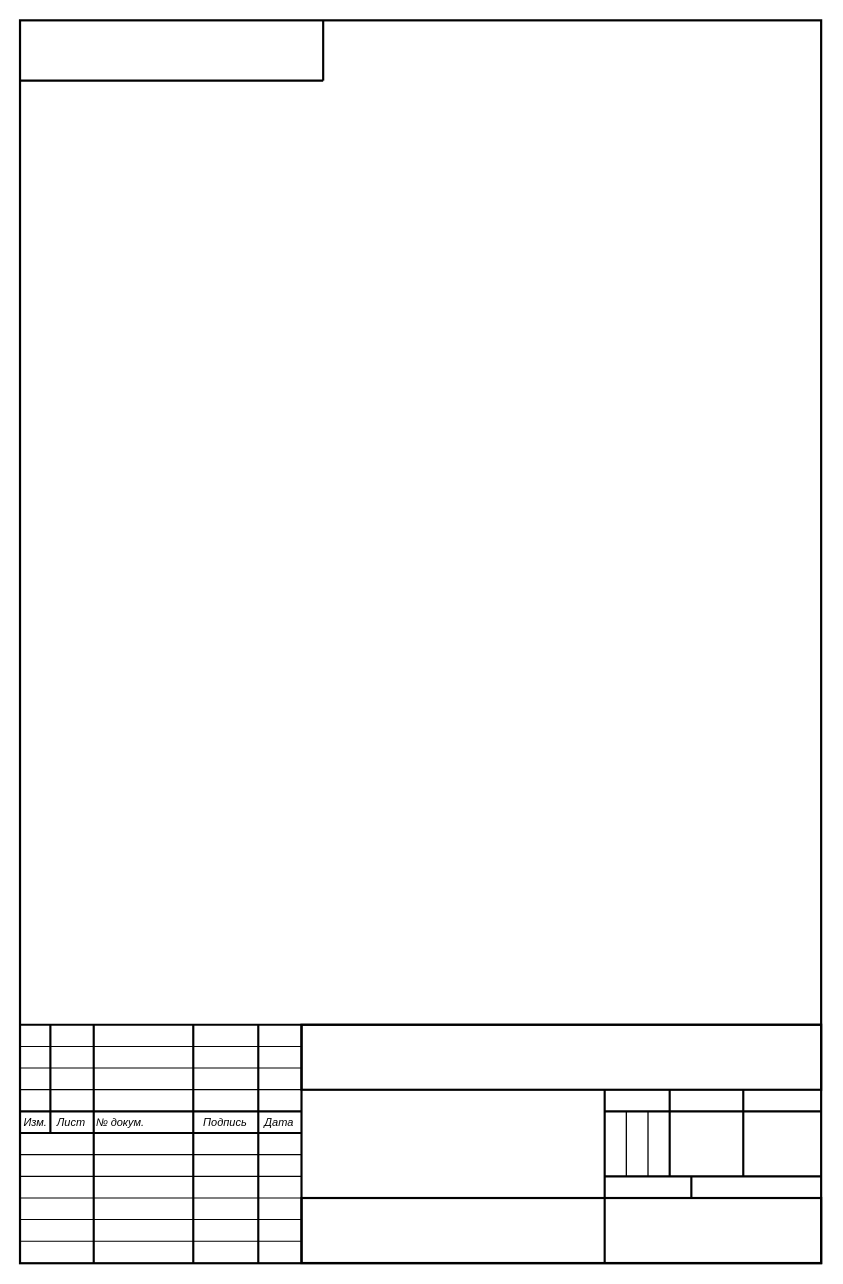
Earlier version of the draw.io diagram A4frame.drawio (flea3/draw). Source tidied: cells renumbered, new cells numbered last; positions are measured from the earlier drawing's top-left corner, leaving out a move shared by most shapes. Both pictures are drawn from the tidied source at 110%, with x=0, y=0 at pixel (20, 20).
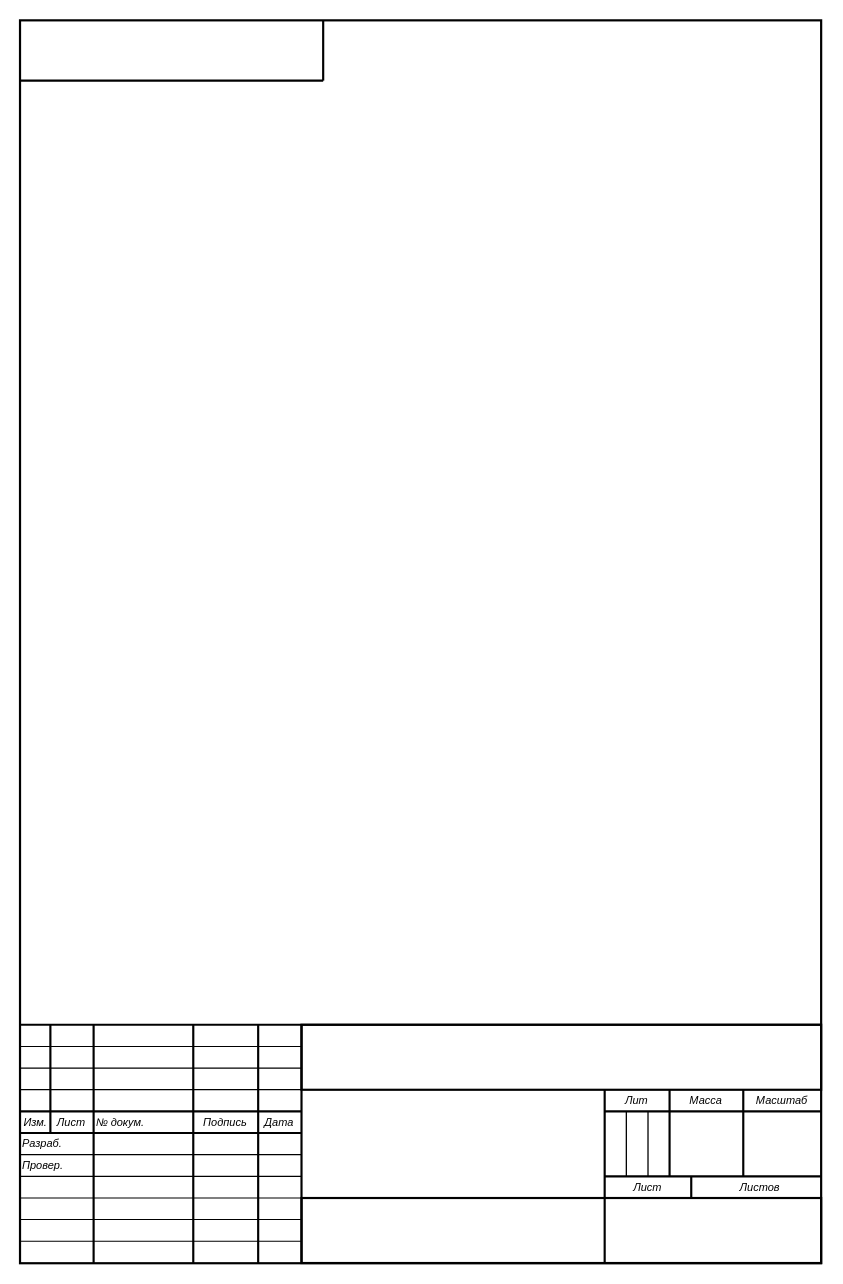
The same page after the edit.

Commit message:
Готовая рамка

Diff of the diagram source:
```diff
@@
+    <mxCell id="36" style="group;" parent="1" vertex="1">
+      <mxGeometry x="-0.3" y="-0.3" width="728.3" height="1130.2" as="geometry" />
+    </mxCell>
-    <mxCell id="2" style="rounded=0;whiteSpace=wrap;html=1;fillColor=none;strokeWidth=2;" parent="1" vertex="1">
-      <mxGeometry x="-0.3" width="728.3" height="1129.9" as="geometry" />
+    <mxCell id="2" style="rounded=0;whiteSpace=wrap;html=1;fillColor=none;strokeWidth=2;" parent="36" vertex="1">
+      <mxGeometry y="0.3" width="728.3" height="1129.9" as="geometry" />
     </mxCell>
-    <mxCell id="3" style="endArrow=none;html=1;rounded=0;strokeWidth=1.9685;endSize=5.9055;" parent="1" edge="1">
+    <mxCell id="3" style="endArrow=none;html=1;rounded=0;strokeWidth=1.9685;endSize=5.9055;" parent="36" edge="1">
       <mxGeometry relative="1" as="geometry">
-        <mxPoint x="-0.3" y="913.1" as="sourcePoint" />
-        <mxPoint x="728.1" y="913.1" as="targetPoint" />
+        <mxPoint y="913.4" as="sourcePoint" />
+        <mxPoint x="728.3" y="913.4" as="targetPoint" />
       </mxGeometry>
     </mxCell>
-    <mxCell id="4" style="endArrow=none;html=1;rounded=0;strokeWidth=1.9685;" parent="1" edge="1">
+    <mxCell id="4" style="endArrow=none;html=1;rounded=0;strokeWidth=1.9685;" parent="36" edge="1">
       <mxGeometry relative="1" as="geometry">
-        <mxPoint x="255.6" y="913.1" as="sourcePoint" />
-        <mxPoint x="255.6" y="1129.6" as="targetPoint" />
+        <mxPoint x="255.9" y="913.4" as="sourcePoint" />
+        <mxPoint x="255.9" y="1129.9" as="targetPoint" />
       </mxGeometry>
     </mxCell>
-    <mxCell id="5" style="rounded=0;whiteSpace=wrap;html=1;strokeWidth=1.9685;fillColor=none;" parent="1" vertex="1">
-      <mxGeometry x="255.6" y="913.1" width="472.4" height="59.1" as="geometry" />
+    <mxCell id="5" style="rounded=0;whiteSpace=wrap;html=1;strokeWidth=1.9685;fillColor=none;" parent="36" vertex="1">
+      <mxGeometry x="255.9" y="913.4" width="472.4" height="59.1" as="geometry" />
     </mxCell>
-    <mxCell id="6" style="rounded=0;whiteSpace=wrap;html=1;fillColor=none;strokeWidth=1.9685;" parent="1" vertex="1">
-      <mxGeometry x="255.6" y="1070.6" width="472.4" height="59.1" as="geometry" />
+    <mxCell id="6" style="rounded=0;whiteSpace=wrap;html=1;fillColor=none;strokeWidth=1.9685;" parent="36" vertex="1">
+      <mxGeometry x="255.9" y="1070.9" width="472.4" height="59.1" as="geometry" />
     </mxCell>
-    <mxCell id="7" style="endArrow=none;html=1;rounded=0;" parent="1" edge="1">
+    <mxCell id="7" style="endArrow=none;html=1;rounded=0;" parent="36" edge="1">
       <mxGeometry relative="1" as="geometry">
-        <mxPoint x="-0.3" y="932.8" as="sourcePoint" />
-        <mxPoint x="255.6" y="932.8" as="targetPoint" />
+        <mxPoint y="933.1" as="sourcePoint" />
+        <mxPoint x="255.9" y="933.1" as="targetPoint" />
       </mxGeometry>
     </mxCell>
-    <mxCell id="8" style="endArrow=none;html=1;rounded=0;" parent="1" edge="1">
+    <mxCell id="8" style="endArrow=none;html=1;rounded=0;" parent="36" edge="1">
       <mxGeometry relative="1" as="geometry">
-        <mxPoint x="-0.3" y="952.4" as="sourcePoint" />
-        <mxPoint x="255.6" y="952.4" as="targetPoint" />
+        <mxPoint y="952.8" as="sourcePoint" />
+        <mxPoint x="255.9" y="952.8" as="targetPoint" />
       </mxGeometry>
     </mxCell>
-    <mxCell id="9" style="endArrow=none;html=1;rounded=0;" parent="1" edge="1">
+    <mxCell id="9" style="endArrow=none;html=1;rounded=0;" parent="36" edge="1">
       <mxGeometry relative="1" as="geometry">
-        <mxPoint x="-0.3" y="972.1" as="sourcePoint" />
-        <mxPoint x="255.6" y="972.1" as="targetPoint" />
+        <mxPoint y="972.4" as="sourcePoint" />
+        <mxPoint x="255.9" y="972.4" as="targetPoint" />
       </mxGeometry>
     </mxCell>
-    <mxCell id="10" style="endArrow=none;html=1;rounded=0;strokeWidth=1.9685;endSize=5.9055;" parent="1" edge="1">
+    <mxCell id="10" style="endArrow=none;html=1;rounded=0;strokeWidth=1.9685;endSize=5.9055;" parent="36" edge="1">
       <mxGeometry relative="1" as="geometry">
-        <mxPoint x="-0.3" y="991.8" as="sourcePoint" />
-        <mxPoint x="255.6" y="991.8" as="targetPoint" />
+        <mxPoint y="992.1" as="sourcePoint" />
+        <mxPoint x="255.9" y="992.1" as="targetPoint" />
       </mxGeometry>
     </mxCell>
-    <mxCell id="11" style="endArrow=none;html=1;rounded=0;strokeWidth=1.9685;endSize=5.9055;" parent="1" edge="1">
+    <mxCell id="11" style="endArrow=none;html=1;rounded=0;strokeWidth=1.9685;endSize=5.9055;" parent="36" edge="1">
       <mxGeometry relative="1" as="geometry">
-        <mxPoint x="-0.3" y="1011.5" as="sourcePoint" />
-        <mxPoint x="255.6" y="1011.5" as="targetPoint" />
+        <mxPoint y="1011.8" as="sourcePoint" />
+        <mxPoint x="255.9" y="1011.8" as="targetPoint" />
       </mxGeometry>
     </mxCell>
-    <mxCell id="12" style="endArrow=none;html=1;rounded=0;" parent="1" edge="1">
+    <mxCell id="12" style="endArrow=none;html=1;rounded=0;" parent="36" edge="1">
       <mxGeometry relative="1" as="geometry">
-        <mxPoint x="-0.3" y="1031.2" as="sourcePoint" />
-        <mxPoint x="255.6" y="1031.2" as="targetPoint" />
+        <mxPoint y="1031.5" as="sourcePoint" />
+        <mxPoint x="255.9" y="1031.5" as="targetPoint" />
       </mxGeometry>
     </mxCell>
-    <mxCell id="13" style="endArrow=none;html=1;rounded=0;" parent="1" edge="1">
+    <mxCell id="13" style="endArrow=none;html=1;rounded=0;" parent="36" edge="1">
       <mxGeometry relative="1" as="geometry">
-        <mxPoint x="-0.3" y="1050.9" as="sourcePoint" />
-        <mxPoint x="255.6" y="1050.9" as="targetPoint" />
+        <mxPoint y="1051.2" as="sourcePoint" />
+        <mxPoint x="255.9" y="1051.2" as="targetPoint" />
       </mxGeometry>
     </mxCell>
-    <mxCell id="14" style="endArrow=none;html=1;rounded=0;" parent="1" edge="1">
+    <mxCell id="14" style="endArrow=none;html=1;rounded=0;" parent="36" edge="1">
       <mxGeometry relative="1" as="geometry">
-        <mxPoint x="-0.3" y="1070.6" as="sourcePoint" />
-        <mxPoint x="255.6" y="1070.6" as="targetPoint" />
+        <mxPoint y="1070.9" as="sourcePoint" />
+        <mxPoint x="255.9" y="1070.9" as="targetPoint" />
       </mxGeometry>
     </mxCell>
-    <mxCell id="15" style="endArrow=none;html=1;rounded=0;" parent="1" edge="1">
+    <mxCell id="15" style="endArrow=none;html=1;rounded=0;" parent="36" edge="1">
       <mxGeometry relative="1" as="geometry">
-        <mxPoint x="-0.3" y="1090.2" as="sourcePoint" />
-        <mxPoint x="255.6" y="1090.2" as="targetPoint" />
+        <mxPoint y="1090.5" as="sourcePoint" />
+        <mxPoint x="255.9" y="1090.5" as="targetPoint" />
       </mxGeometry>
     </mxCell>
-    <mxCell id="16" style="endArrow=none;html=1;rounded=0;" parent="1" edge="1">
+    <mxCell id="16" style="endArrow=none;html=1;rounded=0;" parent="36" edge="1">
       <mxGeometry relative="1" as="geometry">
-        <mxPoint x="-0.3" y="1109.9" as="sourcePoint" />
-        <mxPoint x="255.6" y="1109.9" as="targetPoint" />
+        <mxPoint y="1110.2" as="sourcePoint" />
+        <mxPoint x="255.9" y="1110.2" as="targetPoint" />
       </mxGeometry>
     </mxCell>
-    <mxCell id="17" style="endArrow=none;html=1;rounded=0;strokeWidth=1.9685;" parent="1" edge="1">
+    <mxCell id="17" style="endArrow=none;html=1;rounded=0;strokeWidth=1.9685;" parent="36" edge="1">
       <mxGeometry relative="1" as="geometry">
-        <mxPoint x="531.2" y="1129.6" as="sourcePoint" />
-        <mxPoint x="531.2" y="972.1" as="targetPoint" />
+        <mxPoint x="531.5" y="1129.9" as="sourcePoint" />
+        <mxPoint x="531.5" y="972.4" as="targetPoint" />
       </mxGeometry>
     </mxCell>
-    <mxCell id="18" style="endArrow=none;html=1;rounded=0;strokeWidth=1.9685;endSize=5.9055;" parent="1" edge="1">
+    <mxCell id="18" style="endArrow=none;html=1;rounded=0;strokeWidth=1.9685;endSize=5.9055;" parent="36" edge="1">
       <mxGeometry relative="1" as="geometry">
-        <mxPoint x="531.2" y="991.8" as="sourcePoint" />
-        <mxPoint x="728.1" y="991.8" as="targetPoint" />
+        <mxPoint x="531.5" y="992.1" as="sourcePoint" />
+        <mxPoint x="728.3" y="992.1" as="targetPoint" />
       </mxGeometry>
     </mxCell>
-    <mxCell id="19" style="endArrow=none;html=1;rounded=0;strokeWidth=1.9685;endSize=5.9055;" parent="1" edge="1">
+    <mxCell id="19" style="endArrow=none;html=1;rounded=0;strokeWidth=1.9685;endSize=5.9055;" parent="36" edge="1">
       <mxGeometry relative="1" as="geometry">
-        <mxPoint x="531.2" y="1050.9" as="sourcePoint" />
-        <mxPoint x="728.1" y="1050.9" as="targetPoint" />
+        <mxPoint x="531.5" y="1051.2" as="sourcePoint" />
+        <mxPoint x="728.3" y="1051.2" as="targetPoint" />
       </mxGeometry>
     </mxCell>
-    <mxCell id="20" style="endArrow=none;html=1;rounded=0;strokeWidth=1.9685;endSize=5.9055;" parent="1" edge="1">
+    <mxCell id="20" style="endArrow=none;html=1;rounded=0;strokeWidth=1.9685;endSize=5.9055;" parent="36" edge="1">
       <mxGeometry relative="1" as="geometry">
-        <mxPoint x="610" y="1070.6" as="sourcePoint" />
-        <mxPoint x="610" y="1050.9" as="targetPoint" />
+        <mxPoint x="610.2" y="1070.9" as="sourcePoint" />
+        <mxPoint x="610.2" y="1051.2" as="targetPoint" />
       </mxGeometry>
     </mxCell>
-    <mxCell id="21" style="endArrow=none;html=1;rounded=0;strokeWidth=1.9685;" parent="1" edge="1">
+    <mxCell id="21" style="endArrow=none;html=1;rounded=0;strokeWidth=1.9685;" parent="36" edge="1">
       <mxGeometry relative="1" as="geometry">
-        <mxPoint x="657.2" y="1050.9" as="sourcePoint" />
-        <mxPoint x="657.2" y="972.1" as="targetPoint" />
+        <mxPoint x="657.5" y="1051.2" as="sourcePoint" />
+        <mxPoint x="657.5" y="972.4" as="targetPoint" />
       </mxGeometry>
     </mxCell>
-    <mxCell id="22" style="endArrow=none;html=1;rounded=0;strokeWidth=1.9685;" parent="1" edge="1">
+    <mxCell id="22" style="endArrow=none;html=1;rounded=0;strokeWidth=1.9685;" parent="36" edge="1">
       <mxGeometry relative="1" as="geometry">
-        <mxPoint x="590.3" y="1050.9" as="sourcePoint" />
-        <mxPoint x="590.3" y="972.1" as="targetPoint" />
+        <mxPoint x="590.5" y="1051.2" as="sourcePoint" />
+        <mxPoint x="590.5" y="972.4" as="targetPoint" />
       </mxGeometry>
     </mxCell>
-    <mxCell id="23" style="endArrow=none;html=1;rounded=0;strokeWidth=1.1810999999999998;endSize=5.9055;" parent="1" edge="1">
+    <mxCell id="23" style="endArrow=none;html=1;rounded=0;strokeWidth=1.1810999999999998;endSize=5.9055;" parent="36" edge="1">
       <mxGeometry relative="1" as="geometry">
-        <mxPoint x="570.6" y="1050.9" as="sourcePoint" />
-        <mxPoint x="570.6" y="991.8" as="targetPoint" />
+        <mxPoint x="570.9" y="1051.2" as="sourcePoint" />
+        <mxPoint x="570.9" y="992.1" as="targetPoint" />
       </mxGeometry>
     </mxCell>
-    <mxCell id="24" style="endArrow=none;html=1;rounded=0;strokeWidth=1.1810999999999998;endSize=5.9055;" parent="1" edge="1">
+    <mxCell id="24" style="endArrow=none;html=1;rounded=0;strokeWidth=1.1810999999999998;endSize=5.9055;" parent="36" edge="1">
       <mxGeometry relative="1" as="geometry">
-        <mxPoint x="550.9" y="1050.9" as="sourcePoint" />
-        <mxPoint x="550.9" y="991.8" as="targetPoint" />
+        <mxPoint x="551.2" y="1051.2" as="sourcePoint" />
+        <mxPoint x="551.2" y="992.1" as="targetPoint" />
       </mxGeometry>
     </mxCell>
-    <mxCell id="25" style="endArrow=none;html=1;rounded=0;strokeWidth=1.9685;" parent="1" edge="1">
+    <mxCell id="25" style="endArrow=none;html=1;rounded=0;strokeWidth=1.9685;" parent="36" edge="1">
       <mxGeometry relative="1" as="geometry">
-        <mxPoint x="216.3" y="1129.6" as="sourcePoint" />
-        <mxPoint x="216.3" y="913.1" as="targetPoint" />
+        <mxPoint x="216.5" y="1129.9" as="sourcePoint" />
+        <mxPoint x="216.5" y="913.4" as="targetPoint" />
       </mxGeometry>
     </mxCell>
-    <mxCell id="26" style="endArrow=none;html=1;rounded=0;strokeWidth=1.9685;" parent="1" edge="1">
+    <mxCell id="26" style="endArrow=none;html=1;rounded=0;strokeWidth=1.9685;" parent="36" edge="1">
       <mxGeometry relative="1" as="geometry">
-        <mxPoint x="157.2" y="1129.6" as="sourcePoint" />
-        <mxPoint x="157.2" y="913.1" as="targetPoint" />
+        <mxPoint x="157.5" y="1129.9" as="sourcePoint" />
+        <mxPoint x="157.5" y="913.4" as="targetPoint" />
       </mxGeometry>
     </mxCell>
-    <mxCell id="27" style="endArrow=none;html=1;rounded=0;strokeWidth=1.9685;" parent="1" edge="1">
+    <mxCell id="27" style="endArrow=none;html=1;rounded=0;strokeWidth=1.9685;" parent="36" edge="1">
       <mxGeometry relative="1" as="geometry">
-        <mxPoint x="66.7" y="1129.6" as="sourcePoint" />
-        <mxPoint x="66.7" y="913.1" as="targetPoint" />
+        <mxPoint x="66.9" y="1129.9" as="sourcePoint" />
+        <mxPoint x="66.9" y="913.4" as="targetPoint" />
       </mxGeometry>
     </mxCell>
-    <mxCell id="28" style="endArrow=none;html=1;rounded=0;strokeWidth=1.9685;" parent="1" edge="1">
+    <mxCell id="28" style="endArrow=none;html=1;rounded=0;strokeWidth=1.9685;" parent="36" edge="1">
       <mxGeometry relative="1" as="geometry">
-        <mxPoint x="27.3" y="1011.5" as="sourcePoint" />
-        <mxPoint x="27.3" y="913.1" as="targetPoint" />
+        <mxPoint x="27.6" y="1011.8" as="sourcePoint" />
+        <mxPoint x="27.6" y="913.4" as="targetPoint" />
       </mxGeometry>
     </mxCell>
-    <mxCell id="29" style="endArrow=none;html=1;rounded=0;strokeWidth=1.9685;endSize=5.9055;" parent="1" edge="1">
+    <mxCell id="29" style="endArrow=none;html=1;rounded=0;strokeWidth=1.9685;endSize=5.9055;" parent="36" edge="1">
       <mxGeometry relative="1" as="geometry">
-        <mxPoint x="-0.3" y="54.8" as="sourcePoint" />
-        <mxPoint x="275.3" y="54.8" as="targetPoint" />
+        <mxPoint y="55.1" as="sourcePoint" />
+        <mxPoint x="275.6" y="55.1" as="targetPoint" />
       </mxGeometry>
     </mxCell>
-    <mxCell id="30" style="endArrow=none;html=1;rounded=0;strokeWidth=1.9685;" parent="1" edge="1">
+    <mxCell id="30" style="endArrow=none;html=1;rounded=0;strokeWidth=1.9685;" parent="36" edge="1">
       <mxGeometry relative="1" as="geometry">
-        <mxPoint x="275.3" y="54.8" as="sourcePoint" />
-        <mxPoint x="275.3" y="-0.3" as="targetPoint" />
+        <mxPoint x="275.6" y="55.1" as="sourcePoint" />
+        <mxPoint x="275.6" as="targetPoint" />
       </mxGeometry>
     </mxCell>
-    <mxCell id="31" value="Изм." style="text;strokeColor=none;align=center;fillColor=none;html=1;verticalAlign=middle;whiteSpace=wrap;rounded=0;fontFamily=Helvetica;fontStyle=2;fontSize=10;" parent="1" vertex="1">
-      <mxGeometry x="-0.3" y="995.8" width="27.6" height="11.8" as="geometry" />
+    <mxCell id="31" value="Изм." style="text;strokeColor=none;align=center;fillColor=none;html=1;verticalAlign=middle;whiteSpace=wrap;rounded=0;fontFamily=Helvetica;fontStyle=2;fontSize=10;" parent="36" vertex="1">
+      <mxGeometry y="996.1" width="27.6" height="11.8" as="geometry" />
     </mxCell>
-    <mxCell id="32" value="Лист" style="text;strokeColor=none;align=center;fillColor=none;html=1;verticalAlign=middle;whiteSpace=wrap;rounded=0;fontFamily=Helvetica;fontStyle=2;fontSize=10;" parent="1" vertex="1">
-      <mxGeometry x="27.3" y="995.8" width="39.4" height="11.8" as="geometry" />
+    <mxCell id="32" value="Лист" style="text;strokeColor=none;align=center;fillColor=none;html=1;verticalAlign=middle;whiteSpace=wrap;rounded=0;fontFamily=Helvetica;fontStyle=2;fontSize=10;" parent="36" vertex="1">
+      <mxGeometry x="27.6" y="996.1" width="39.4" height="11.8" as="geometry" />
     </mxCell>
-    <mxCell id="33" value="№ докум." style="text;strokeColor=none;align=left;fillColor=none;html=1;verticalAlign=middle;whiteSpace=wrap;rounded=0;fontFamily=Helvetica;fontStyle=2;fontSize=10;" parent="1" vertex="1">
-      <mxGeometry x="66.7" y="995.8" width="90.5" height="11.8" as="geometry" />
+    <mxCell id="33" value="№ докум." style="text;strokeColor=none;align=left;fillColor=none;html=1;verticalAlign=middle;whiteSpace=wrap;rounded=0;fontFamily=Helvetica;fontStyle=2;fontSize=10;" parent="36" vertex="1">
+      <mxGeometry x="66.9" y="996.1" width="90.5" height="11.8" as="geometry" />
     </mxCell>
-    <mxCell id="34" value="Подпись" style="text;strokeColor=none;align=center;fillColor=none;html=1;verticalAlign=middle;whiteSpace=wrap;rounded=0;fontFamily=Helvetica;fontStyle=2;fontSize=10;" parent="1" vertex="1">
-      <mxGeometry x="157.2" y="995.8" width="59.1" height="11.8" as="geometry" />
+    <mxCell id="34" value="Подпись" style="text;strokeColor=none;align=center;fillColor=none;html=1;verticalAlign=middle;whiteSpace=wrap;rounded=0;fontFamily=Helvetica;fontStyle=2;fontSize=10;" parent="36" vertex="1">
+      <mxGeometry x="157.5" y="996.1" width="59.1" height="11.8" as="geometry" />
     </mxCell>
-    <mxCell id="35" value="Дата" style="text;strokeColor=none;align=center;fillColor=none;html=1;verticalAlign=middle;whiteSpace=wrap;rounded=0;fontFamily=Helvetica;fontStyle=2;fontSize=10;" parent="1" vertex="1">
-      <mxGeometry x="216.3" y="995.8" width="39.4" height="11.8" as="geometry" />
+    <mxCell id="35" value="Дата" style="text;strokeColor=none;align=center;fillColor=none;html=1;verticalAlign=middle;whiteSpace=wrap;rounded=0;fontFamily=Helvetica;fontStyle=2;fontSize=10;" parent="36" vertex="1">
+      <mxGeometry x="216.5" y="996.1" width="39.4" height="11.8" as="geometry" />
     </mxCell>
+    <mxCell id="37" value="Лист" style="text;strokeColor=none;align=center;fillColor=none;html=1;verticalAlign=middle;whiteSpace=wrap;rounded=0;fontFamily=Helvetica;fontStyle=2;fontSize=10;" parent="36" vertex="1">
+      <mxGeometry x="539.4" y="1055.1" width="63" height="11.8" as="geometry" />
+    </mxCell>
+    <mxCell id="38" value="Листов" style="text;strokeColor=none;align=center;fillColor=none;html=1;verticalAlign=middle;whiteSpace=wrap;rounded=0;fontFamily=Helvetica;fontStyle=2;fontSize=10;" parent="36" vertex="1">
+      <mxGeometry x="641.7" y="1055.1" width="63" height="11.8" as="geometry" />
+    </mxCell>
+    <mxCell id="39" value="Лит" style="text;strokeColor=none;align=center;fillColor=none;html=1;verticalAlign=middle;whiteSpace=wrap;rounded=0;fontFamily=Helvetica;fontStyle=2;fontSize=10;" parent="36" vertex="1">
+      <mxGeometry x="531.5" y="976.4" width="59.1" height="11.8" as="geometry" />
+    </mxCell>
+    <mxCell id="40" value="Масса" style="text;strokeColor=none;align=center;fillColor=none;html=1;verticalAlign=middle;whiteSpace=wrap;rounded=0;fontFamily=Helvetica;fontStyle=2;fontSize=10;" parent="36" vertex="1">
+      <mxGeometry x="590.5" y="976.4" width="66.9" height="11.8" as="geometry" />
+    </mxCell>
+    <mxCell id="41" value="Масштаб" style="text;strokeColor=none;align=center;fillColor=none;html=1;verticalAlign=middle;whiteSpace=wrap;rounded=0;fontFamily=Helvetica;fontStyle=2;fontSize=10;" parent="36" vertex="1">
+      <mxGeometry x="657.5" y="976.4" width="70.9" height="11.8" as="geometry" />
+    </mxCell>
+    <mxCell id="42" value="Разраб." style="text;strokeColor=none;align=left;fillColor=none;html=1;verticalAlign=middle;whiteSpace=wrap;rounded=0;fontFamily=Helvetica;fontStyle=2;fontSize=10;" parent="36" vertex="1">
+      <mxGeometry y="1015.7" width="66.9" height="11.8" as="geometry" />
+    </mxCell>
+    <mxCell id="43" value="Провер." style="text;strokeColor=none;align=left;fillColor=none;html=1;verticalAlign=middle;whiteSpace=wrap;rounded=0;fontFamily=Helvetica;fontStyle=2;fontSize=10;" parent="36" vertex="1">
+      <mxGeometry y="1035.4" width="66.9" height="11.8" as="geometry" />
+    </mxCell>
```
